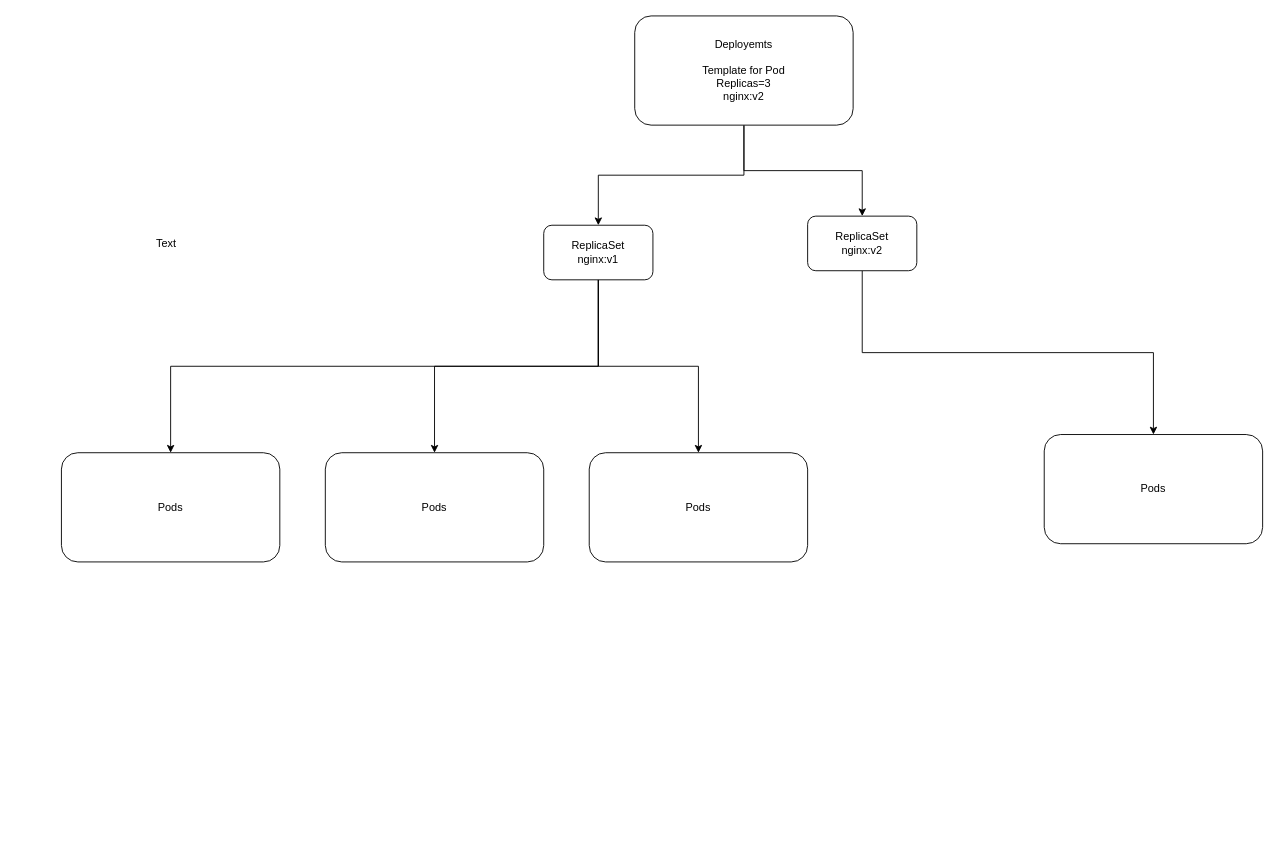
The draw.io diagram page "deployments" (3 of 4) of diagrams.drawio in nilesh93/CKA-Aug-2021, before the edit. Source tidied: cells renumbered, new cells numbered last; positions are measured from the earlier drawing's top-left corner, leaving out a move shared by most shapes. Both pictures are drawn from the tidied source at 91%, with x=0, y=0 at pixel (61, 15).
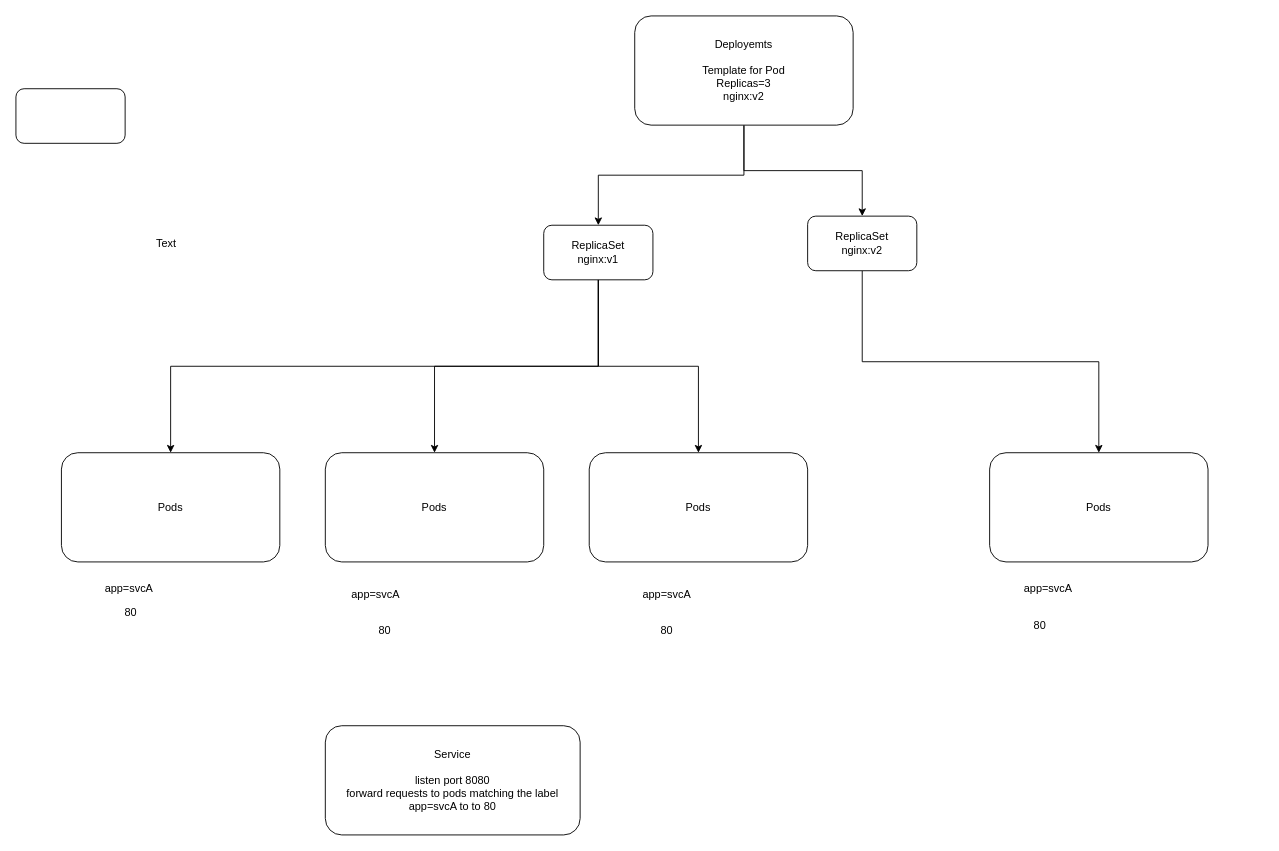
Above is the later version.

Change to the diagram source:
```diff
@@
     <mxCell id="14" value="Pods" style="rounded=1;whiteSpace=wrap;html=1;" parent="1" vertex="1">
-      <mxGeometry x="1080" y="460" width="240" height="120" as="geometry" />
+      <mxGeometry x="1020" y="480" width="240" height="120" as="geometry" />
     </mxCell>
@@
+    <mxCell id="16" value="Service&lt;br&gt;&lt;br&gt;listen port 8080&lt;br&gt;forward requests to pods matching the label app=svcA to to 80" style="rounded=1;whiteSpace=wrap;html=1;" parent="1" vertex="1">
+      <mxGeometry x="290" y="780" width="280" height="120" as="geometry" />
+    </mxCell>
+    <mxCell id="17" value="app=svcA" style="text;html=1;align=center;verticalAlign=middle;" parent="1" vertex="1">
+      <mxGeometry x="39" y="619" width="70" height="20" as="geometry" />
+    </mxCell>
+    <mxCell id="18" value="app=svcA" style="text;html=1;align=center;verticalAlign=middle;" parent="1" vertex="1">
+      <mxGeometry x="310" y="626" width="70" height="20" as="geometry" />
+    </mxCell>
+    <mxCell id="19" value="app=svcA" style="text;html=1;align=center;verticalAlign=middle;" parent="1" vertex="1">
+      <mxGeometry x="630" y="626" width="70" height="20" as="geometry" />
+    </mxCell>
+    <mxCell id="20" value="app=svcA" style="text;html=1;align=center;verticalAlign=middle;" parent="1" vertex="1">
+      <mxGeometry x="1049" y="619" width="70" height="20" as="geometry" />
+    </mxCell>
+    <mxCell id="21" value="80" style="text;html=1;align=center;verticalAlign=middle;" parent="1" vertex="1">
+      <mxGeometry x="61" y="646" width="30" height="20" as="geometry" />
+    </mxCell>
+    <mxCell id="22" value="80" style="text;html=1;align=center;verticalAlign=middle;" parent="1" vertex="1">
+      <mxGeometry x="340" y="666" width="30" height="20" as="geometry" />
+    </mxCell>
+    <mxCell id="23" value="80" style="text;html=1;align=center;verticalAlign=middle;" parent="1" vertex="1">
+      <mxGeometry x="650" y="666" width="30" height="20" as="geometry" />
+    </mxCell>
+    <mxCell id="24" value="80" style="text;html=1;align=center;verticalAlign=middle;" parent="1" vertex="1">
+      <mxGeometry x="1060" y="660" width="30" height="20" as="geometry" />
+    </mxCell>
+    <mxCell id="25" style="rounded=1;whiteSpace=wrap;html=1;" parent="1" vertex="1">
+      <mxGeometry x="-50" y="80" width="120" height="60" as="geometry" />
+    </mxCell>
```
